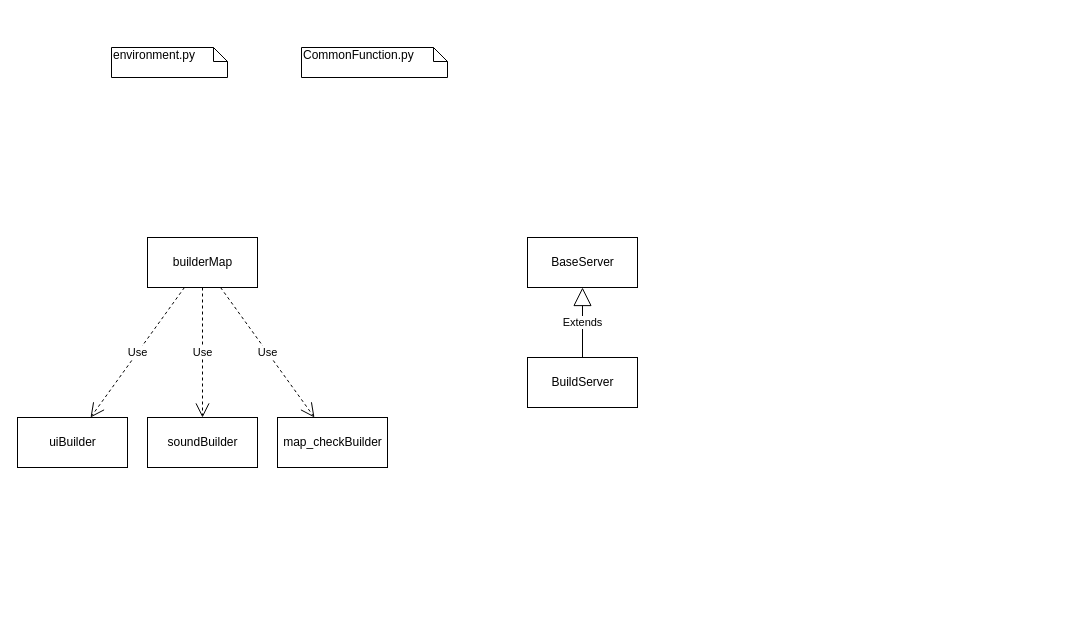
gatzai/DrawioStorage keeps this draw.io diagram as PackingServices.drawio. Above is the earlier version. Source tidied: cells renumbered, new cells numbered last; positions are measured from the earlier drawing's top-left corner, leaving out a move shared by most shapes. Both pictures are drawn from the tidied source at 100%, with x=0, y=0 at pixel (17, 47).
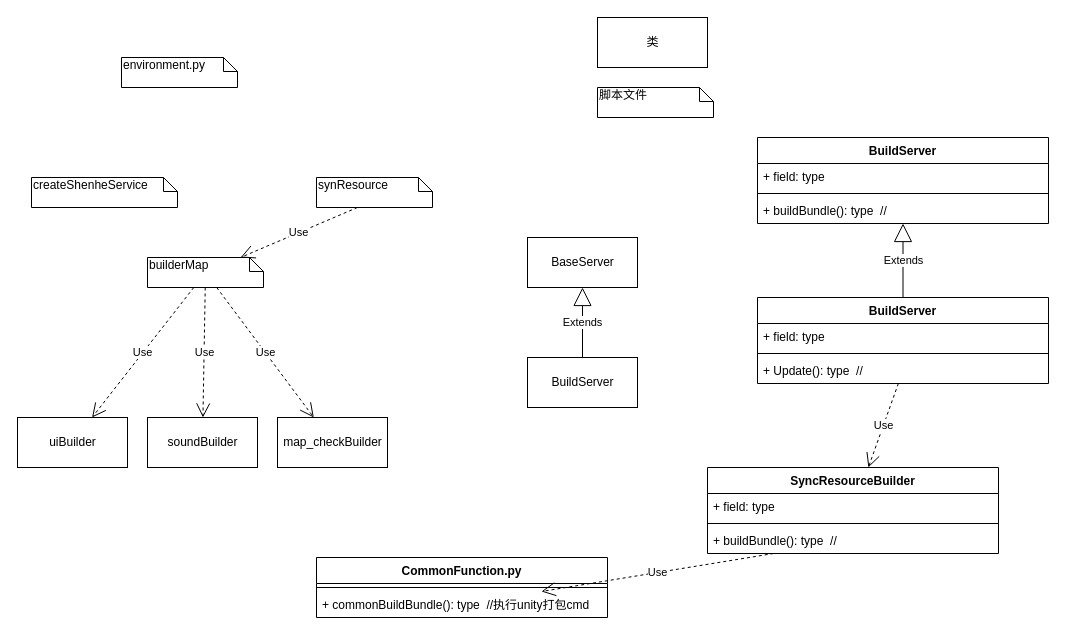
Above is the later version.

What changed in the source:
```diff
@@
-    <mxCell id="5" value="builderMap" style="html=1;" parent="1" vertex="1">
-      <mxGeometry x="130" y="190" width="110" height="50" as="geometry" />
-    </mxCell>
@@
+    <mxCell id="13" value="脚本文件" style="shape=note;whiteSpace=wrap;html=1;size=14;verticalAlign=top;align=left;spacingTop=-6;" parent="1" vertex="1">
+      <mxGeometry x="580" y="40" width="116" height="30" as="geometry" />
+    </mxCell>
+    <mxCell id="14" value="类" style="html=1;" parent="1" vertex="1">
+      <mxGeometry x="580" y="-30" width="110" height="50" as="geometry" />
+    </mxCell>
+    <mxCell id="15" value="environment.py" style="shape=note;whiteSpace=wrap;html=1;size=14;verticalAlign=top;align=left;spacingTop=-6;" parent="1" vertex="1">
+      <mxGeometry x="104" y="10" width="116" height="30" as="geometry" />
+    </mxCell>
+    <mxCell id="5" value="builderMap" style="shape=note;whiteSpace=wrap;html=1;size=14;verticalAlign=top;align=left;spacingTop=-6;" parent="1" vertex="1">
+      <mxGeometry x="130" y="210" width="116" height="30" as="geometry" />
+    </mxCell>
+    <mxCell id="16" value="createShenheService" style="shape=note;whiteSpace=wrap;html=1;size=14;verticalAlign=top;align=left;spacingTop=-6;" parent="1" vertex="1">
+      <mxGeometry x="14" y="130" width="146" height="30" as="geometry" />
+    </mxCell>
+    <mxCell id="17" value="synResource" style="shape=note;whiteSpace=wrap;html=1;size=14;verticalAlign=top;align=left;spacingTop=-6;" parent="1" vertex="1">
+      <mxGeometry x="299" y="130" width="116" height="30" as="geometry" />
+    </mxCell>
+    <mxCell id="18" value="Use" style="endArrow=open;endSize=12;dashed=1;html=1;exitX=0.353;exitY=1;exitDx=0;exitDy=0;exitPerimeter=0;" parent="1" edge="1" source="17" target="5">
+      <mxGeometry relative="1" as="geometry" />
+    </mxCell>
-    <mxCell id="12" value="CommonFunction.py&lt;br&gt;" style="shape=note;whiteSpace=wrap;html=1;size=14;verticalAlign=top;align=left;spacingTop=-6;" parent="1" vertex="1">
-      <mxGeometry x="284" width="146" height="30" as="geometry" />
+    <mxCell id="12" value="CommonFunction.py" style="swimlane;fontStyle=1;align=center;verticalAlign=top;horizontal=1;startSize=26;" parent="1" vertex="1">
+      <mxGeometry x="299" y="510" width="291" height="60" as="geometry" />
     </mxCell>
-    <mxCell id="13" value="environment.py" style="shape=note;whiteSpace=wrap;html=1;size=14;verticalAlign=top;align=left;spacingTop=-6;" parent="1" vertex="1">
-      <mxGeometry x="94" width="116" height="30" as="geometry" />
-    </mxCell>
+    <mxCell id="19" style="line;strokeWidth=1;fillColor=none;align=left;verticalAlign=middle;spacingTop=-1;spacingLeft=3;spacingRight=3;labelPosition=right;" parent="12" vertex="1">
+      <mxGeometry y="26" width="291" height="8" as="geometry" />
+    </mxCell>
+    <mxCell id="20" value="+ commonBuildBundle(): type  //执行unity打包cmd" style="text;strokeColor=none;fillColor=none;align=left;verticalAlign=top;spacingLeft=4;spacingRight=4;overflow=hidden;points=[[0,0.5],[1,0.5]];portConstraint=eastwest;" parent="12" vertex="1">
+      <mxGeometry y="34" width="291" height="26" as="geometry" />
+    </mxCell>
+    <mxCell id="21" value="Use" style="endArrow=open;endSize=12;dashed=1;html=1;" parent="1" edge="1" source="25" target="20">
+      <mxGeometry relative="1" as="geometry" />
+    </mxCell>
+    <mxCell id="22" value="SyncResourceBuilder" style="swimlane;fontStyle=1;align=center;verticalAlign=top;horizontal=1;startSize=26;" parent="1" vertex="1">
+      <mxGeometry x="690" y="420" width="291" height="86" as="geometry" />
+    </mxCell>
+    <mxCell id="23" value="+ field: type" style="text;strokeColor=none;fillColor=none;align=left;verticalAlign=top;spacingLeft=4;spacingRight=4;overflow=hidden;" parent="22" vertex="1">
+      <mxGeometry y="26" width="291" height="26" as="geometry" />
+    </mxCell>
+    <mxCell id="24" style="line;strokeWidth=1;fillColor=none;align=left;verticalAlign=middle;spacingTop=-1;spacingLeft=3;spacingRight=3;labelPosition=right;" parent="22" vertex="1">
+      <mxGeometry y="52" width="291" height="8" as="geometry" />
+    </mxCell>
+    <mxCell id="25" value="+ buildBundle(): type  //" style="text;strokeColor=none;fillColor=none;align=left;verticalAlign=top;spacingLeft=4;spacingRight=4;overflow=hidden;points=[[0,0.5],[1,0.5]];portConstraint=eastwest;" parent="22" vertex="1">
+      <mxGeometry y="60" width="291" height="26" as="geometry" />
+    </mxCell>
+    <mxCell id="26" value="BuildServer" style="swimlane;fontStyle=1;align=center;verticalAlign=top;horizontal=1;startSize=26;" parent="1" vertex="1">
+      <mxGeometry x="740" y="250" width="291" height="86" as="geometry" />
+    </mxCell>
+    <mxCell id="27" value="+ field: type" style="text;strokeColor=none;fillColor=none;align=left;verticalAlign=top;spacingLeft=4;spacingRight=4;overflow=hidden;" parent="26" vertex="1">
+      <mxGeometry y="26" width="291" height="26" as="geometry" />
+    </mxCell>
+    <mxCell id="28" style="line;strokeWidth=1;fillColor=none;align=left;verticalAlign=middle;spacingTop=-1;spacingLeft=3;spacingRight=3;labelPosition=right;" parent="26" vertex="1">
+      <mxGeometry y="52" width="291" height="8" as="geometry" />
+    </mxCell>
+    <mxCell id="29" value="+ Update(): type  //" style="text;strokeColor=none;fillColor=none;align=left;verticalAlign=top;spacingLeft=4;spacingRight=4;overflow=hidden;points=[[0,0.5],[1,0.5]];portConstraint=eastwest;" parent="26" vertex="1">
+      <mxGeometry y="60" width="291" height="26" as="geometry" />
+    </mxCell>
+    <mxCell id="30" value="Extends" style="endArrow=block;endSize=16;endFill=0;html=1;" parent="1" edge="1" source="26" target="31">
+      <mxGeometry relative="1" as="geometry" />
+    </mxCell>
+    <mxCell id="31" value="BuildServer" style="swimlane;fontStyle=1;align=center;verticalAlign=top;horizontal=1;startSize=26;" parent="1" vertex="1">
+      <mxGeometry x="740" y="90" width="291" height="86" as="geometry" />
+    </mxCell>
+    <mxCell id="32" value="+ field: type" style="text;strokeColor=none;fillColor=none;align=left;verticalAlign=top;spacingLeft=4;spacingRight=4;overflow=hidden;" parent="31" vertex="1">
+      <mxGeometry y="26" width="291" height="26" as="geometry" />
+    </mxCell>
+    <mxCell id="33" style="line;strokeWidth=1;fillColor=none;align=left;verticalAlign=middle;spacingTop=-1;spacingLeft=3;spacingRight=3;labelPosition=right;" parent="31" vertex="1">
+      <mxGeometry y="52" width="291" height="8" as="geometry" />
+    </mxCell>
+    <mxCell id="34" value="+ buildBundle(): type  //" style="text;strokeColor=none;fillColor=none;align=left;verticalAlign=top;spacingLeft=4;spacingRight=4;overflow=hidden;" parent="31" vertex="1">
+      <mxGeometry y="60" width="291" height="26" as="geometry" />
+    </mxCell>
+    <mxCell id="35" value="Use" style="endArrow=open;endSize=12;dashed=1;html=1;" parent="1" edge="1" source="29" target="22">
+      <mxGeometry relative="1" as="geometry" />
+    </mxCell>
```
